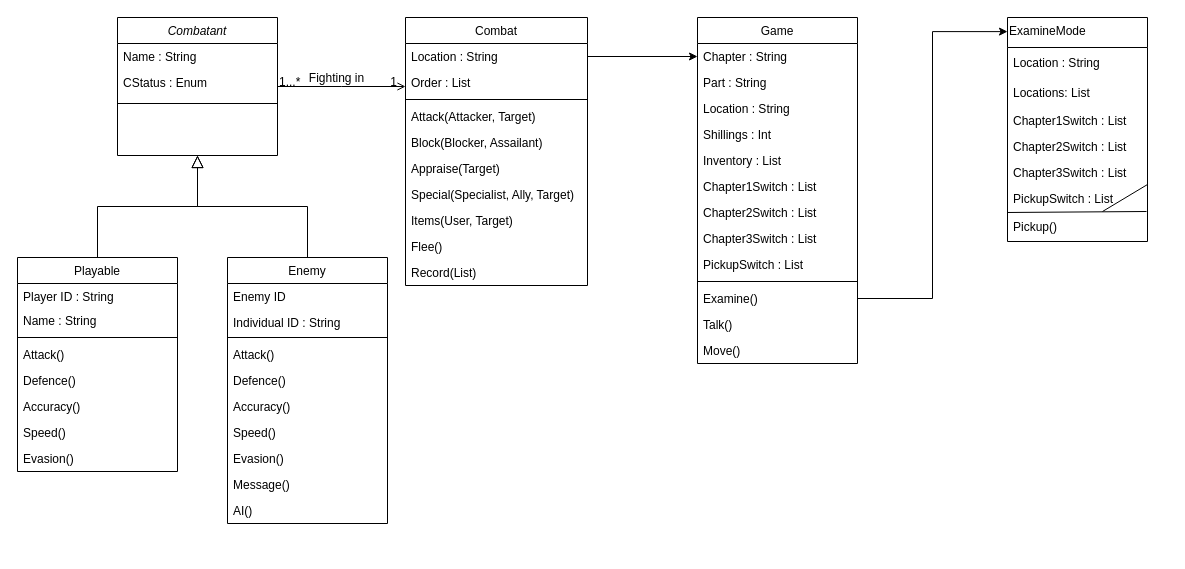
Above: WandW_class.drawio in wildwood44/WildAndWyrdDemo (draw.io), before the change. Source tidied: cells renumbered, new cells numbered last; positions are measured from the earlier drawing's top-left corner, leaving out a move shared by most shapes. Both pictures are drawn from the tidied source at 100%, with x=0, y=0 at pixel (17, 17).
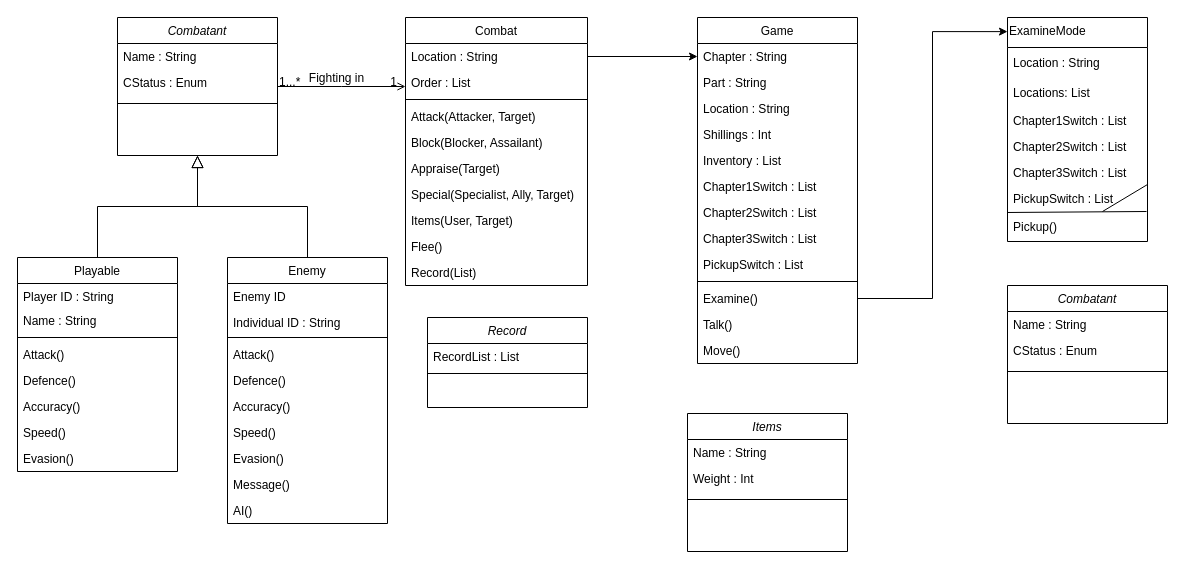
The same diagram, later.

Diff of the diagram source:
```diff
@@
+    <mxCell id="69" value="Combatant" style="swimlane;fontStyle=2;align=center;verticalAlign=top;horizontal=1;startSize=26;rounded=0;shadow=0;strokeWidth=1;" parent="1" vertex="1">
+      <mxGeometry x="990" y="268" width="160" height="138" as="geometry" />
+    </mxCell>
+    <mxCell id="70" value="Name : String" style="text;align=left;verticalAlign=top;spacingLeft=4;spacingRight=4;overflow=hidden;" parent="69" vertex="1">
+      <mxGeometry y="26" width="160" height="26" as="geometry" />
+    </mxCell>
+    <mxCell id="71" value="CStatus : Enum" style="text;strokeColor=none;fillColor=none;align=left;verticalAlign=top;rounded=0;spacingLeft=4;spacingRight=4;" parent="69" vertex="1">
+      <mxGeometry y="52" width="160" height="30" as="geometry" />
+    </mxCell>
+    <mxCell id="72" style="line;html=1;strokeWidth=1;align=left;verticalAlign=middle;spacingTop=-1;spacingLeft=3;spacingRight=3;labelPosition=right;" parent="69" vertex="1">
+      <mxGeometry y="82" width="160" height="8" as="geometry" />
+    </mxCell>
+    <mxCell id="73" value="Record" style="swimlane;fontStyle=2;align=center;verticalAlign=top;horizontal=1;startSize=26;rounded=0;shadow=0;strokeWidth=1;" parent="1" vertex="1">
+      <mxGeometry x="410" y="300" width="160" height="90" as="geometry" />
+    </mxCell>
+    <mxCell id="74" value="RecordList : List" style="text;align=left;verticalAlign=top;spacingLeft=4;spacingRight=4;overflow=hidden;" parent="73" vertex="1">
+      <mxGeometry y="26" width="160" height="26" as="geometry" />
+    </mxCell>
+    <mxCell id="75" style="line;html=1;strokeWidth=1;align=left;verticalAlign=middle;spacingTop=-1;spacingLeft=3;spacingRight=3;labelPosition=right;" parent="73" vertex="1">
+      <mxGeometry y="52" width="160" height="8" as="geometry" />
+    </mxCell>
+    <mxCell id="76" value="Items" style="swimlane;fontStyle=2;align=center;verticalAlign=top;horizontal=1;startSize=26;rounded=0;shadow=0;strokeWidth=1;" parent="1" vertex="1">
+      <mxGeometry x="670" y="396" width="160" height="138" as="geometry" />
+    </mxCell>
+    <mxCell id="77" value="Name : String" style="text;align=left;verticalAlign=top;spacingLeft=4;spacingRight=4;overflow=hidden;" parent="76" vertex="1">
+      <mxGeometry y="26" width="160" height="26" as="geometry" />
+    </mxCell>
+    <mxCell id="78" value="Weight : Int" style="text;strokeColor=none;fillColor=none;align=left;verticalAlign=top;rounded=0;spacingLeft=4;spacingRight=4;" parent="76" vertex="1">
+      <mxGeometry y="52" width="160" height="30" as="geometry" />
+    </mxCell>
+    <mxCell id="79" style="line;html=1;strokeWidth=1;align=left;verticalAlign=middle;spacingTop=-1;spacingLeft=3;spacingRight=3;labelPosition=right;" parent="76" vertex="1">
+      <mxGeometry y="82" width="160" height="8" as="geometry" />
+    </mxCell>
```
